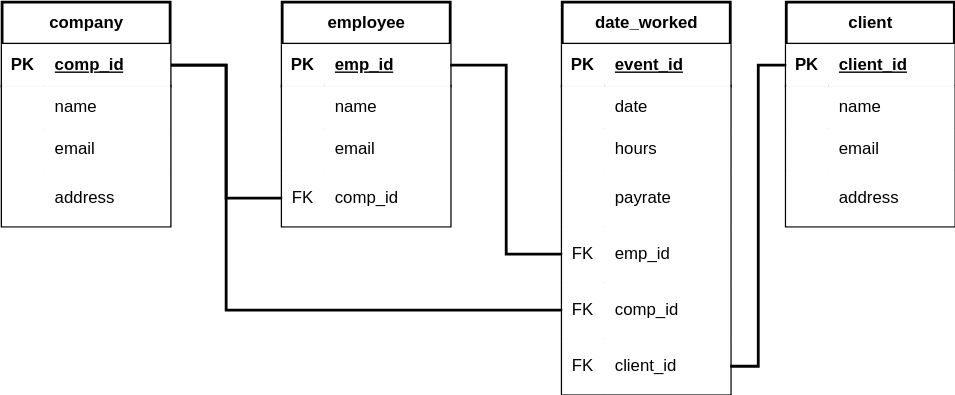
Before: database_structure.svg, a diagram exported from draw.io (Lucketyp/databastek). Source tidied: cells renumbered, new cells last; positions are measured from the earlier drawing's top-left corner, leaving out a move shared by most shapes.
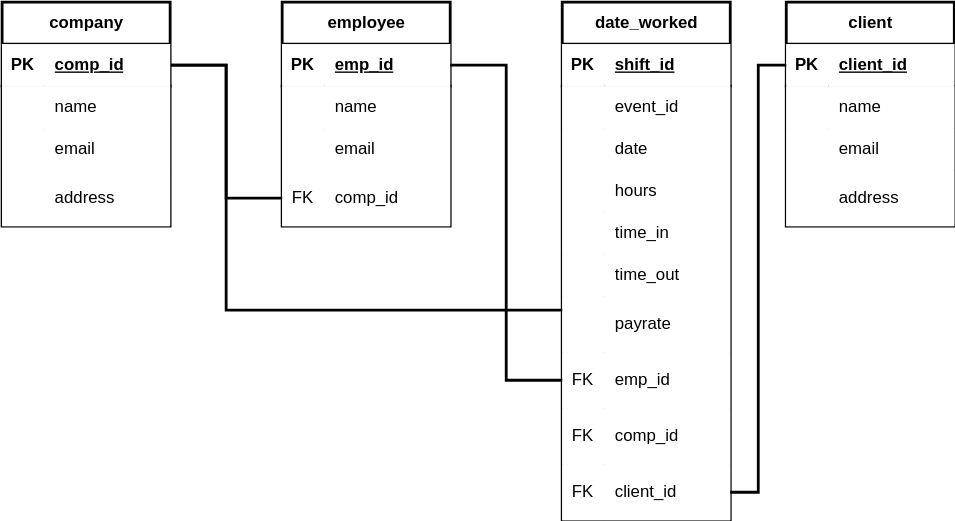
The same diagram one commit later.

Change to the diagram source:
```diff
@@ -45,7 +45,7 @@
       <mxGeometry relative="1" as="geometry" />
     </mxCell>
     <mxCell id="16" value="date_worked" style="shape=table;startSize=30;rowLines=0;fontStyle=1;align=center;html=1;labelBackgroundColor=none;strokeWidth=2;" parent="1" vertex="1">
-      <mxGeometry x="400" width="120" height="280" as="geometry" />
+      <mxGeometry x="400" width="120" height="370" as="geometry" />
     </mxCell>
     <mxCell id="17" style="shape=tableRow;horizontal=0;startSize=0;swimlaneHead=0;swimlaneBody=0;top=0;left=0;right=0;bottom=1;labelBackgroundColor=none;strokeWidth=2;" parent="16" vertex="1">
       <mxGeometry y="30" width="120" height="30" as="geometry" />
@@ -53,7 +53,7 @@
     <mxCell id="18" value="PK" style="shape=partialRectangle;top=0;left=0;bottom=0;right=0;fontStyle=1;overflow=hidden;whiteSpace=wrap;html=1;labelBackgroundColor=none;strokeWidth=2;" parent="17" vertex="1">
       <mxGeometry width="30" height="30" as="geometry" />
     </mxCell>
-    <mxCell id="19" value="event_id" style="shape=partialRectangle;top=0;left=0;bottom=0;right=0;align=left;spacingLeft=6;fontStyle=5;overflow=hidden;whiteSpace=wrap;html=1;labelBackgroundColor=none;strokeWidth=2;" parent="17" vertex="1">
+    <mxCell id="19" value="shift_id" style="shape=partialRectangle;top=0;left=0;bottom=0;right=0;align=left;spacingLeft=6;fontStyle=5;overflow=hidden;whiteSpace=wrap;html=1;labelBackgroundColor=none;strokeWidth=2;" parent="17" vertex="1">
       <mxGeometry x="30" width="90" height="30" as="geometry" />
     </mxCell>
     <mxCell id="20" style="shape=tableRow;horizontal=0;startSize=0;swimlaneHead=0;swimlaneBody=0;top=0;left=0;right=0;bottom=0;labelBackgroundColor=none;strokeWidth=2;" parent="16" vertex="1">
@@ -62,11 +62,20 @@
     <mxCell id="21" style="shape=partialRectangle;top=0;left=0;bottom=0;right=0;overflow=hidden;whiteSpace=wrap;html=1;labelBackgroundColor=none;strokeWidth=2;" parent="20" vertex="1">
       <mxGeometry width="30" height="30" as="geometry" />
     </mxCell>
-    <mxCell id="22" value="date" style="shape=partialRectangle;top=0;left=0;bottom=0;right=0;align=left;spacingLeft=6;overflow=hidden;whiteSpace=wrap;html=1;labelBackgroundColor=none;strokeWidth=2;" parent="20" vertex="1">
+    <mxCell id="22" value="event_id" style="shape=partialRectangle;top=0;left=0;bottom=0;right=0;align=left;spacingLeft=6;overflow=hidden;whiteSpace=wrap;html=1;labelBackgroundColor=none;strokeWidth=2;" parent="20" vertex="1">
       <mxGeometry x="30" width="90" height="30" as="geometry" />
     </mxCell>
+    <mxCell id="67" style="shape=tableRow;horizontal=0;startSize=0;swimlaneHead=0;swimlaneBody=0;top=0;left=0;right=0;bottom=0;labelBackgroundColor=none;strokeWidth=2;" parent="16" vertex="1">
+      <mxGeometry y="90" width="120" height="30" as="geometry" />
+    </mxCell>
+    <mxCell id="68" style="shape=partialRectangle;top=0;left=0;bottom=0;right=0;overflow=hidden;whiteSpace=wrap;html=1;labelBackgroundColor=none;strokeWidth=2;" parent="67" vertex="1">
+      <mxGeometry width="30" height="30" as="geometry" />
+    </mxCell>
+    <mxCell id="69" value="date" style="shape=partialRectangle;top=0;left=0;bottom=0;right=0;align=left;spacingLeft=6;overflow=hidden;whiteSpace=wrap;html=1;labelBackgroundColor=none;strokeWidth=2;" parent="67" vertex="1">
+      <mxGeometry x="30" width="90" height="30" as="geometry" />
+    </mxCell>
     <mxCell id="23" style="shape=tableRow;horizontal=0;startSize=0;swimlaneHead=0;swimlaneBody=0;top=0;left=0;right=0;bottom=0;labelBackgroundColor=none;strokeWidth=2;" parent="16" vertex="1">
-      <mxGeometry y="90" width="120" height="30" as="geometry" />
+      <mxGeometry y="120" width="120" height="30" as="geometry" />
     </mxCell>
     <mxCell id="24" style="shape=partialRectangle;top=0;left=0;bottom=0;right=0;overflow=hidden;whiteSpace=wrap;html=1;labelBackgroundColor=none;strokeWidth=2;" parent="23" vertex="1">
       <mxGeometry width="30" height="30" as="geometry" />
@@ -74,8 +83,26 @@
     <mxCell id="25" value="hours" style="shape=partialRectangle;top=0;left=0;bottom=0;right=0;align=left;spacingLeft=6;overflow=hidden;whiteSpace=wrap;html=1;labelBackgroundColor=none;strokeWidth=2;" parent="23" vertex="1">
       <mxGeometry x="30" width="90" height="30" as="geometry" />
     </mxCell>
+    <mxCell id="70" style="shape=tableRow;horizontal=0;startSize=0;swimlaneHead=0;swimlaneBody=0;top=0;left=0;right=0;bottom=0;labelBackgroundColor=none;strokeWidth=2;" parent="16" vertex="1">
+      <mxGeometry y="150" width="120" height="30" as="geometry" />
+    </mxCell>
+    <mxCell id="71" style="shape=partialRectangle;top=0;left=0;bottom=0;right=0;overflow=hidden;whiteSpace=wrap;html=1;labelBackgroundColor=none;strokeWidth=2;" parent="70" vertex="1">
+      <mxGeometry width="30" height="30" as="geometry" />
+    </mxCell>
+    <mxCell id="72" value="time_in&lt;span style=&quot;white-space: pre;&quot;&gt;&#9;&lt;/span&gt;" style="shape=partialRectangle;top=0;left=0;bottom=0;right=0;align=left;spacingLeft=6;overflow=hidden;whiteSpace=wrap;html=1;labelBackgroundColor=none;strokeWidth=2;" parent="70" vertex="1">
+      <mxGeometry x="30" width="90" height="30" as="geometry" />
+    </mxCell>
+    <mxCell id="73" style="shape=tableRow;horizontal=0;startSize=0;swimlaneHead=0;swimlaneBody=0;top=0;left=0;right=0;bottom=0;labelBackgroundColor=none;strokeWidth=2;" parent="16" vertex="1">
+      <mxGeometry y="180" width="120" height="30" as="geometry" />
+    </mxCell>
+    <mxCell id="74" style="shape=partialRectangle;top=0;left=0;bottom=0;right=0;overflow=hidden;whiteSpace=wrap;html=1;labelBackgroundColor=none;strokeWidth=2;" parent="73" vertex="1">
+      <mxGeometry width="30" height="30" as="geometry" />
+    </mxCell>
+    <mxCell id="75" value="time_out" style="shape=partialRectangle;top=0;left=0;bottom=0;right=0;align=left;spacingLeft=6;overflow=hidden;whiteSpace=wrap;html=1;labelBackgroundColor=none;strokeWidth=2;" parent="73" vertex="1">
+      <mxGeometry x="30" width="90" height="30" as="geometry" />
+    </mxCell>
     <mxCell id="26" style="shape=tableRow;horizontal=0;startSize=0;swimlaneHead=0;swimlaneBody=0;top=0;left=0;right=0;bottom=0;labelBackgroundColor=none;strokeWidth=2;" parent="16" vertex="1">
-      <mxGeometry y="120" width="120" height="40" as="geometry" />
+      <mxGeometry y="210" width="120" height="40" as="geometry" />
     </mxCell>
     <mxCell id="27" style="shape=partialRectangle;top=0;left=0;bottom=0;right=0;overflow=hidden;whiteSpace=wrap;html=1;labelBackgroundColor=none;strokeWidth=2;" parent="26" vertex="1">
       <mxGeometry width="30" height="40" as="geometry" />
@@ -84,7 +111,7 @@
       <mxGeometry x="30" width="90" height="40" as="geometry" />
     </mxCell>
     <mxCell id="29" style="shape=tableRow;horizontal=0;startSize=0;swimlaneHead=0;swimlaneBody=0;points=[[0,0.5],[1,0.5]];portConstraint=eastwest;top=0;left=0;right=0;bottom=0;labelBackgroundColor=none;strokeWidth=2;" parent="16" vertex="1">
-      <mxGeometry y="160" width="120" height="40" as="geometry" />
+      <mxGeometry y="250" width="120" height="40" as="geometry" />
     </mxCell>
     <mxCell id="30" value="FK" style="shape=partialRectangle;top=0;left=0;bottom=0;right=0;overflow=hidden;whiteSpace=wrap;html=1;labelBackgroundColor=none;strokeWidth=2;" parent="29" vertex="1">
       <mxGeometry width="30" height="40" as="geometry" />
@@ -93,7 +120,7 @@
       <mxGeometry x="30" width="90" height="40" as="geometry" />
     </mxCell>
     <mxCell id="32" style="shape=tableRow;horizontal=0;startSize=0;swimlaneHead=0;swimlaneBody=0;top=0;left=0;right=0;bottom=0;labelBackgroundColor=none;strokeWidth=2;" parent="16" vertex="1">
-      <mxGeometry y="200" width="120" height="40" as="geometry" />
+      <mxGeometry y="290" width="120" height="40" as="geometry" />
     </mxCell>
     <mxCell id="33" value="FK" style="shape=partialRectangle;top=0;left=0;bottom=0;right=0;overflow=hidden;whiteSpace=wrap;html=1;labelBackgroundColor=none;strokeWidth=2;" parent="32" vertex="1">
       <mxGeometry width="30" height="40" as="geometry" />
@@ -102,7 +129,7 @@
       <mxGeometry x="30" width="90" height="40" as="geometry" />
     </mxCell>
     <mxCell id="35" style="shape=tableRow;horizontal=0;startSize=0;swimlaneHead=0;swimlaneBody=0;points=[[0,0.5],[1,0.5]];portConstraint=eastwest;top=0;left=0;right=0;bottom=0;labelBackgroundColor=none;strokeWidth=2;" parent="16" vertex="1">
-      <mxGeometry y="240" width="120" height="40" as="geometry" />
+      <mxGeometry y="330" width="120" height="40" as="geometry" />
     </mxCell>
     <mxCell id="36" value="FK" style="shape=partialRectangle;top=0;left=0;bottom=0;right=0;overflow=hidden;whiteSpace=wrap;html=1;labelBackgroundColor=none;strokeWidth=2;" parent="35" vertex="1">
       <mxGeometry width="30" height="40" as="geometry" />
```
